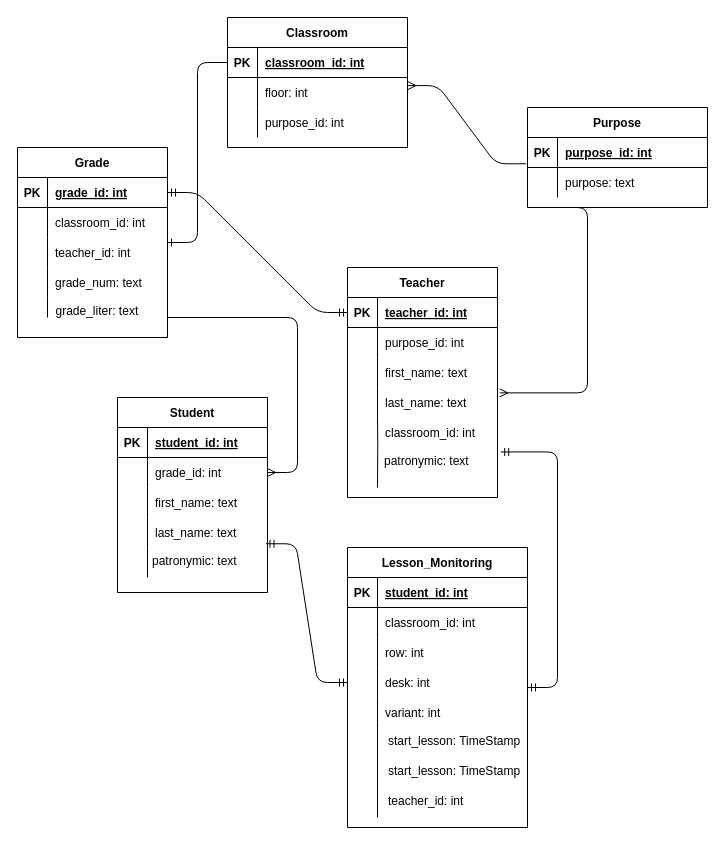
Above: Seminar3_Task1.drawio in npokhodnya/Database_GB_Lesson3 (draw.io), before the change. Source tidied: cells renumbered, new cells numbered last; positions are measured from the earlier drawing's top-left corner, leaving out a move shared by most shapes. Both pictures are drawn from the tidied source at 100%, with x=0, y=0 at pixel (17, 17).
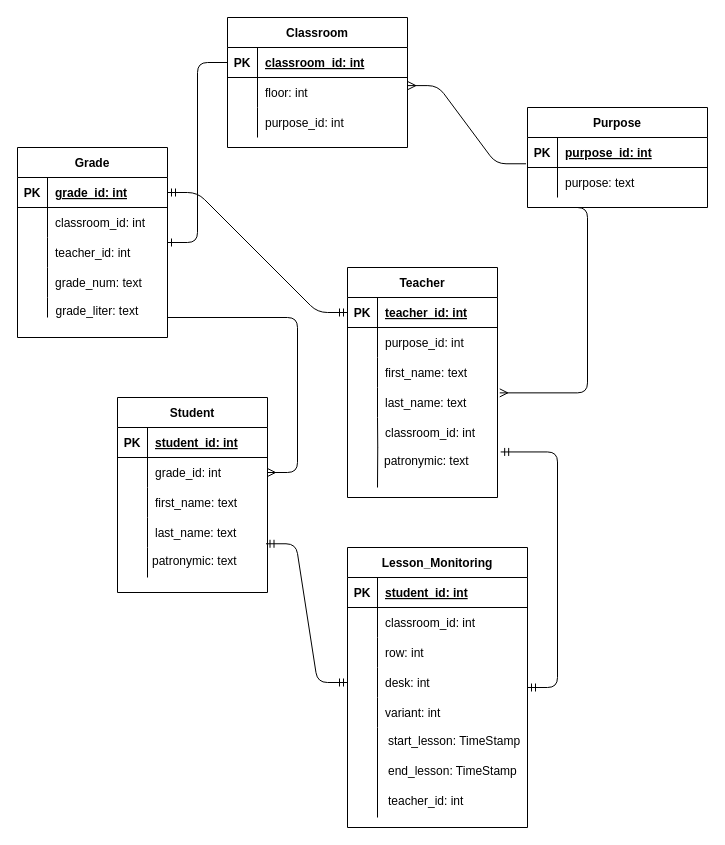
The same diagram, later.

The edit, as a diff of the source:
```diff
@@
-    <mxCell id="88" value="start_lesson: TimeStamp&#10;" style="text;strokeColor=none;fillColor=none;spacingLeft=4;spacingRight=4;overflow=hidden;fontSize=12;" parent="1" vertex="1">
+    <mxCell id="88" value="end_lesson: TimeStamp&#10;" style="text;strokeColor=none;fillColor=none;spacingLeft=4;spacingRight=4;overflow=hidden;fontSize=12;" parent="1" vertex="1">
       <mxGeometry x="365" y="740" width="155" height="30" as="geometry" />
     </mxCell>
```
